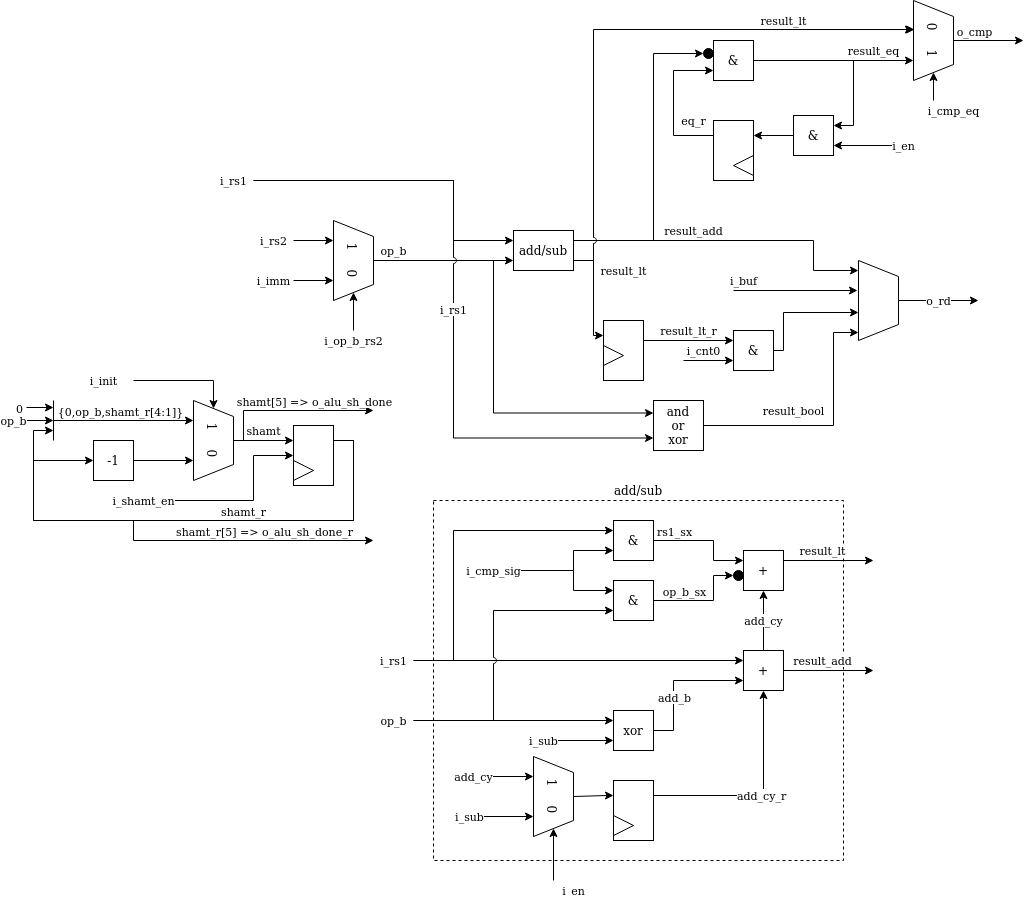
Above: doc/serv_alu_int.png in olofk/serv (draw.io), before the change. Source tidied: cells renumbered, new cells last; positions are measured from the earlier drawing's top-left corner, leaving out a move shared by most shapes.
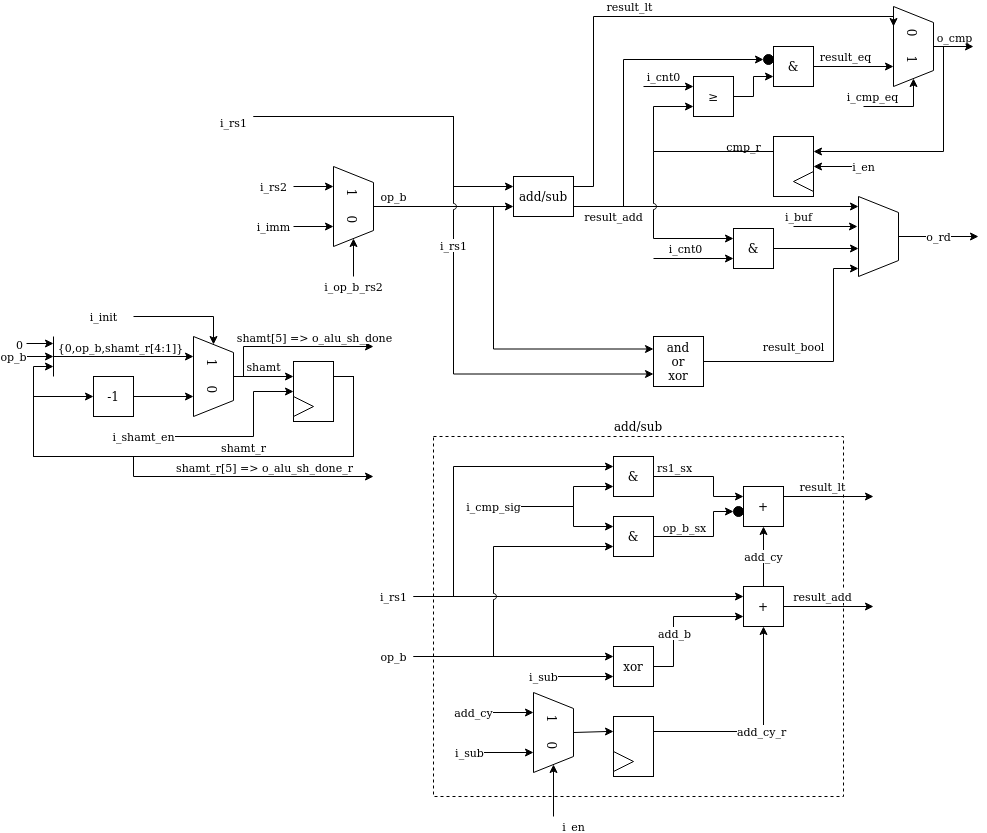
After the change.

Commit message:
Combine lt and eq regs to cmp_r in serv_alu

The edit, as a diff of the source:
```diff
@@ -5,16 +5,16 @@
     <mxCell id="2" value="add/sub" style="rounded=0;whiteSpace=wrap;html=1;fillColor=none;dashed=1;labelPosition=center;verticalLabelPosition=top;align=center;verticalAlign=bottom;" parent="1" vertex="1">
       <mxGeometry x="410" y="480" width="410" height="360" as="geometry" />
     </mxCell>
-    <mxCell id="3" style="edgeStyle=orthogonalEdgeStyle;rounded=0;jumpStyle=arc;jettySize=auto;html=1;exitX=1;exitY=0.25;exitDx=0;exitDy=0;entryX=0;entryY=0.5;entryDx=0;entryDy=0;" parent="1" edge="1" source="4" target="28">
+    <mxCell id="3" style="edgeStyle=orthogonalEdgeStyle;rounded=0;jumpStyle=arc;jettySize=auto;html=1;exitX=1;exitY=0.75;exitDx=0;exitDy=0;entryX=0;entryY=0.5;entryDx=0;entryDy=0;" parent="1" edge="1" source="4" target="28">
       <mxGeometry relative="1" as="geometry">
         <Array as="points">
-          <mxPoint x="630" y="220" />
-          <mxPoint x="630" y="33" />
+          <mxPoint x="600" y="250" />
+          <mxPoint x="600" y="103" />
         </Array>
       </mxGeometry>
     </mxCell>
     <mxCell id="4" value="&lt;div&gt;add/sub&lt;/div&gt;" style="rounded=0;whiteSpace=wrap;html=1;" parent="1" vertex="1">
-      <mxGeometry x="490" y="210" width="60" height="40" as="geometry" />
+      <mxGeometry x="490" y="220" width="60" height="40" as="geometry" />
     </mxCell>
     <mxCell id="5" style="edgeStyle=orthogonalEdgeStyle;rounded=0;jettySize=auto;html=1;exitX=0.5;exitY=0;exitDx=0;exitDy=0;entryX=0;entryY=0.25;entryDx=0;entryDy=0;" parent="1" edge="1" target="11">
       <mxGeometry relative="1" as="geometry">
@@ -148,37 +148,19 @@
         </Array>
       </mxGeometry>
     </mxCell>
-    <mxCell id="28" style="ellipse;whiteSpace=wrap;html=1;fillColor=#000000;" parent="1" vertex="1">
-      <mxGeometry x="680" y="28" width="10" height="10" as="geometry" />
-    </mxCell>
-    <mxCell id="29" style="edgeStyle=orthogonalEdgeStyle;rounded=0;jumpStyle=arc;jettySize=auto;html=1;exitX=1;exitY=0.5;exitDx=0;exitDy=0;entryX=1;entryY=0.25;entryDx=0;entryDy=0;strokeWidth=1;" parent="1" edge="1" source="30" target="40">
-      <mxGeometry relative="1" as="geometry" />
-    </mxCell>
-    <mxCell id="30" value="&amp;amp;" style="whiteSpace=wrap;html=1;" parent="1" vertex="1">
-      <mxGeometry x="690" y="20" width="40" height="40" as="geometry" />
-    </mxCell>
-    <mxCell id="31" value="eq_r" style="edgeStyle=orthogonalEdgeStyle;rounded=0;jettySize=auto;html=1;entryX=0;entryY=0.75;entryDx=0;entryDy=0;exitX=0;exitY=0.25;exitDx=0;exitDy=0;" parent="1" edge="1" source="37" target="30">
-      <mxGeometry x="-0.24" y="-20" relative="1" as="geometry">
+    <mxCell id="31" value="cmp_r" style="edgeStyle=orthogonalEdgeStyle;rounded=0;jettySize=auto;html=1;entryX=0;entryY=0.75;entryDx=0;entryDy=0;exitX=0;exitY=0.25;exitDx=0;exitDy=0;" parent="1" edge="1" source="37" target="100">
+      <mxGeometry x="-0.71" y="-5" relative="1" as="geometry">
         <Array as="points">
-          <mxPoint x="650" y="115" />
-          <mxPoint x="650" y="50" />
+          <mxPoint x="630" y="195" />
+          <mxPoint x="630" y="150" />
         </Array>
       </mxGeometry>
     </mxCell>
     <mxCell id="32" value="result_eq" style="edgeStyle=orthogonalEdgeStyle;rounded=0;jumpStyle=arc;jettySize=auto;html=1;exitX=1;exitY=0.5;exitDx=0;exitDy=0;entryX=0.75;entryY=1;entryDx=0;entryDy=0;" parent="1" edge="1" source="30" target="52">
-      <mxGeometry x="0.5" y="10" relative="1" as="geometry" />
+      <mxGeometry x="-0.2" y="10" relative="1" as="geometry" />
     </mxCell>
-    <mxCell id="33" style="group;" parent="1" vertex="1">
-      <mxGeometry x="580" y="300" width="40" height="60" as="geometry" />
-    </mxCell>
-    <mxCell id="34" style="rounded=0;whiteSpace=wrap;html=1;" parent="33" vertex="1">
-      <mxGeometry width="40" height="60" as="geometry" />
-    </mxCell>
-    <mxCell id="35" style="triangle;whiteSpace=wrap;html=1;" parent="33" vertex="1">
-      <mxGeometry y="25" width="20" height="20" as="geometry" />
-    </mxCell>
     <mxCell id="36" style="group;" parent="1" vertex="1">
-      <mxGeometry x="690" y="100" width="40" height="60" as="geometry" />
+      <mxGeometry x="750" y="180" width="40" height="60" as="geometry" />
     </mxCell>
     <mxCell id="37" style="rounded=0;whiteSpace=wrap;html=1;" parent="36" vertex="1">
       <mxGeometry width="40" height="60" as="geometry" />
@@ -186,15 +168,9 @@
     <mxCell id="38" style="triangle;whiteSpace=wrap;html=1;flipH=1;" parent="36" vertex="1">
       <mxGeometry x="20" y="35" width="20" height="20" as="geometry" />
     </mxCell>
-    <mxCell id="39" style="edgeStyle=orthogonalEdgeStyle;rounded=0;jumpStyle=arc;jettySize=auto;html=1;exitX=0;exitY=0.5;exitDx=0;exitDy=0;entryX=1;entryY=0.25;entryDx=0;entryDy=0;strokeWidth=1;" parent="1" edge="1" source="40" target="37">
-      <mxGeometry relative="1" as="geometry" />
-    </mxCell>
-    <mxCell id="40" value="&amp;amp;" style="whiteSpace=wrap;html=1;" parent="1" vertex="1">
-      <mxGeometry x="770" y="95" width="40" height="40" as="geometry" />
-    </mxCell>
-    <mxCell id="41" value="i_en" style="edgeStyle=orthogonalEdgeStyle;rounded=0;jettySize=auto;html=1;entryX=1;entryY=0.75;entryDx=0;entryDy=0;" parent="1" edge="1" target="40">
+    <mxCell id="41" value="i_en" style="edgeStyle=orthogonalEdgeStyle;rounded=0;jettySize=auto;html=1;entryX=1;entryY=0.5;entryDx=0;entryDy=0;" parent="1" edge="1" target="37">
       <mxGeometry x="-1" y="-10" relative="1" as="geometry">
-        <mxPoint x="870" y="125" as="sourcePoint" />
+        <mxPoint x="830" y="210" as="sourcePoint" />
         <mxPoint x="10" y="10" as="offset" />
       </mxGeometry>
     </mxCell>
@@ -237,28 +213,36 @@
     </mxCell>
     <mxCell id="50" style="edgeStyle=orthogonalEdgeStyle;rounded=0;jumpStyle=arc;jettySize=auto;html=1;exitX=0.5;exitY=0;exitDx=0;exitDy=0;strokeWidth=1;" parent="1" edge="1" source="52">
       <mxGeometry relative="1" as="geometry">
-        <mxPoint x="1000" y="20" as="targetPoint" />
+        <mxPoint x="950" y="90" as="targetPoint" />
       </mxGeometry>
     </mxCell>
     <mxCell id="51" value="o_cmp" style="edgeLabel;html=1;align=center;verticalAlign=middle;" parent="50" vertex="1">
       <mxGeometry x="0.16" y="-4" relative="1" as="geometry">
-        <mxPoint x="-21" y="-14" as="offset" />
+        <mxPoint x="-3" y="-14" as="offset" />
       </mxGeometry>
     </mxCell>
+    <mxCell id="98" style="edgeStyle=orthogonalEdgeStyle;rounded=0;jettySize=auto;html=1;exitX=0.5;exitY=0;exitDx=0;exitDy=0;entryX=1;entryY=0.25;entryDx=0;entryDy=0;" parent="1" edge="1" source="52" target="37">
+      <mxGeometry relative="1" as="geometry">
+        <Array as="points">
+          <mxPoint x="920" y="90" />
+          <mxPoint x="920" y="195" />
+        </Array>
+      </mxGeometry>
+    </mxCell>
     <mxCell id="52" value="0&amp;nbsp;&amp;nbsp;&amp;nbsp;&amp;nbsp; 1" style="shape=trapezoid;perimeter=trapezoidPerimeter;whiteSpace=wrap;html=1;rotation=90;" parent="1" vertex="1">
-      <mxGeometry x="870" width="80" height="40" as="geometry" />
+      <mxGeometry x="850" y="70" width="80" height="40" as="geometry" />
     </mxCell>
-    <mxCell id="53" value="result_lt" style="edgeStyle=orthogonalEdgeStyle;rounded=0;jumpStyle=arc;orthogonalLoop=1;jettySize=auto;html=1;entryX=0.75;entryY=1;entryDx=0;entryDy=0;" parent="1" edge="1">
-      <mxGeometry x="-1" y="13" relative="1" as="geometry">
-        <mxPoint x="770" y="9" as="sourcePoint" />
-        <mxPoint x="890" y="9" as="targetPoint" />
-        <mxPoint x="-10" y="4" as="offset" />
+    <mxCell id="53" value="result_lt" style="edgeStyle=orthogonalEdgeStyle;rounded=0;jumpStyle=arc;jettySize=auto;html=1;entryX=0.25;entryY=1;entryDx=0;entryDy=0;exitX=1;exitY=0.25;exitDx=0;exitDy=0;" parent="1" edge="1" source="4" target="52">
+      <mxGeometry x="-0.1" y="10" relative="1" as="geometry">
+        <Array as="points">
+          <mxPoint x="570" y="230" />
+          <mxPoint x="570" y="60" />
+        </Array>
       </mxGeometry>
     </mxCell>
     <mxCell id="54" value="i_cmp_eq" style="edgeStyle=orthogonalEdgeStyle;rounded=0;jettySize=auto;html=1;entryX=1;entryY=0.5;entryDx=0;entryDy=0;" parent="1" edge="1" target="52">
-      <mxGeometry x="-1" y="-10" relative="1" as="geometry">
-        <mxPoint x="910" y="80" as="sourcePoint" />
-        <mxPoint x="10" y="10" as="offset" />
+      <mxGeometry x="-0.77" y="10" relative="1" as="geometry">
+        <mxPoint x="840" y="150" as="sourcePoint" />
       </mxGeometry>
     </mxCell>
     <mxCell id="55" value="o_rd" style="edgeStyle=orthogonalEdgeStyle;rounded=0;jumpStyle=arc;jettySize=auto;html=1;exitX=0.5;exitY=0;exitDx=0;exitDy=0;strokeWidth=1;" parent="1" edge="1" source="56">
@@ -269,40 +253,32 @@
     <mxCell id="56" style="shape=trapezoid;perimeter=trapezoidPerimeter;whiteSpace=wrap;html=1;rotation=90;" parent="1" vertex="1">
       <mxGeometry x="815" y="260" width="80" height="40" as="geometry" />
     </mxCell>
-    <mxCell id="57" value="result_add" style="edgeStyle=orthogonalEdgeStyle;rounded=0;jumpStyle=arc;jettySize=auto;html=1;entryX=0.125;entryY=1.075;entryDx=0;entryDy=0;entryPerimeter=0;exitX=1;exitY=0.25;exitDx=0;exitDy=0;" parent="1" edge="1" source="4">
-      <mxGeometry x="-0.24" y="10" relative="1" as="geometry">
+    <mxCell id="57" value="result_add" style="edgeStyle=orthogonalEdgeStyle;rounded=0;jumpStyle=arc;orthogonalLoop=1;jettySize=auto;html=1;entryX=0.125;entryY=1.075;entryDx=0;entryDy=0;entryPerimeter=0;" parent="1" edge="1">
+      <mxGeometry x="-0.72" y="-10" relative="1" as="geometry">
+        <mxPoint x="550" y="250" as="sourcePoint" />
         <mxPoint x="835" y="250" as="targetPoint" />
         <Array as="points">
-          <mxPoint x="790" y="220" />
-          <mxPoint x="790" y="250" />
+          <mxPoint x="720" y="250" />
+          <mxPoint x="720" y="250" />
         </Array>
       </mxGeometry>
     </mxCell>
     <mxCell id="58" value="i_buf" style="edgeStyle=orthogonalEdgeStyle;rounded=0;jumpStyle=arc;jettySize=auto;html=1;entryX=0.375;entryY=1.025;entryDx=0;entryDy=0;entryPerimeter=0;" parent="1" edge="1" target="56">
       <mxGeometry x="-0.84" y="10" relative="1" as="geometry">
-        <mxPoint x="710" y="270" as="sourcePoint" />
+        <mxPoint x="770" y="270" as="sourcePoint" />
       </mxGeometry>
     </mxCell>
     <mxCell id="59" style="edgeStyle=orthogonalEdgeStyle;rounded=0;jumpStyle=arc;jettySize=auto;html=1;exitX=1;exitY=0.5;exitDx=0;exitDy=0;" parent="1" edge="1" source="60">
       <mxGeometry x="0.13" y="12" relative="1" as="geometry">
         <mxPoint x="835" y="292" as="targetPoint" />
-        <Array as="points">
-          <mxPoint x="760" y="330" />
-          <mxPoint x="760" y="292" />
-        </Array>
       </mxGeometry>
     </mxCell>
     <mxCell id="60" value="&amp;amp;" style="whiteSpace=wrap;html=1;" parent="1" vertex="1">
-      <mxGeometry x="710" y="310" width="40" height="40" as="geometry" />
+      <mxGeometry x="710" y="272" width="40" height="40" as="geometry" />
     </mxCell>
-    <mxCell id="61" value="result_lt_r" style="edgeStyle=orthogonalEdgeStyle;rounded=0;jumpStyle=arc;jettySize=auto;html=1;entryX=0;entryY=0.25;entryDx=0;entryDy=0;exitX=1;exitY=0.5;exitDx=0;exitDy=0;" parent="1" edge="1" target="60">
-      <mxGeometry y="10" relative="1" as="geometry">
-        <mxPoint x="620" y="320" as="sourcePoint" />
-      </mxGeometry>
-    </mxCell>
     <mxCell id="62" value="i_cnt0" style="edgeStyle=orthogonalEdgeStyle;rounded=0;jumpStyle=arc;jettySize=auto;html=1;entryX=0;entryY=0.75;entryDx=0;entryDy=0;" parent="1" edge="1" target="60">
       <mxGeometry x="-0.2" y="10" relative="1" as="geometry">
-        <mxPoint x="660" y="340" as="sourcePoint" />
+        <mxPoint x="630" y="302" as="sourcePoint" />
       </mxGeometry>
     </mxCell>
     <mxCell id="63" value="result_bool" style="edgeStyle=orthogonalEdgeStyle;rounded=0;jumpStyle=arc;jettySize=auto;html=1;exitX=1;exitY=0.5;exitDx=0;exitDy=0;" parent="1" edge="1" source="65">
@@ -314,21 +290,12 @@
         </Array>
       </mxGeometry>
     </mxCell>
-    <mxCell id="64" value="result_lt" style="edgeStyle=orthogonalEdgeStyle;rounded=0;jumpStyle=arc;jettySize=auto;html=1;entryX=0;entryY=0.25;entryDx=0;entryDy=0;exitX=1;exitY=0.75;exitDx=0;exitDy=0;" parent="1" edge="1" source="4" target="34">
-      <mxGeometry x="-0.62" y="-32" relative="1" as="geometry">
-        <Array as="points">
-          <mxPoint x="570" y="240" />
-          <mxPoint x="570" y="315" />
-        </Array>
-        <mxPoint x="62" y="10" as="offset" />
-      </mxGeometry>
-    </mxCell>
     <mxCell id="65" value="&lt;div&gt;and&lt;/div&gt;&lt;div&gt;or&lt;/div&gt;&lt;div&gt;xor&lt;/div&gt;" style="rounded=0;whiteSpace=wrap;html=1;" parent="1" vertex="1">
       <mxGeometry x="630" y="380" width="50" height="50" as="geometry" />
     </mxCell>
     <mxCell id="66" value="i_op_b_rs2" style="edgeStyle=orthogonalEdgeStyle;rounded=0;jettySize=auto;html=1;entryX=1;entryY=0.5;entryDx=0;entryDy=0;" parent="1" edge="1" target="71">
       <mxGeometry x="-1" y="-10" relative="1" as="geometry">
-        <mxPoint x="330" y="310" as="sourcePoint" />
+        <mxPoint x="330" y="320" as="sourcePoint" />
         <mxPoint x="-10" y="10" as="offset" />
       </mxGeometry>
     </mxCell>
@@ -337,26 +304,26 @@
     </mxCell>
     <mxCell id="68" value="i_imm" style="edgeStyle=orthogonalEdgeStyle;rounded=0;jettySize=auto;html=1;entryX=0.75;entryY=1;entryDx=0;entryDy=0;" parent="1" edge="1" target="71">
       <mxGeometry x="-1" y="-20" relative="1" as="geometry">
-        <mxPoint x="270" y="260" as="sourcePoint" />
+        <mxPoint x="270" y="270" as="sourcePoint" />
         <mxPoint x="-20" y="-20" as="offset" />
       </mxGeometry>
     </mxCell>
     <mxCell id="69" value="i_rs2" style="edgeStyle=orthogonalEdgeStyle;rounded=0;jettySize=auto;html=1;entryX=0.25;entryY=1;entryDx=0;entryDy=0;" parent="1" edge="1" target="71">
       <mxGeometry x="-1" y="-20" relative="1" as="geometry">
-        <mxPoint x="270" y="220" as="sourcePoint" />
+        <mxPoint x="270" y="230" as="sourcePoint" />
         <mxPoint x="-20" y="-20" as="offset" />
       </mxGeometry>
     </mxCell>
     <mxCell id="70" style="edgeStyle=orthogonalEdgeStyle;rounded=0;jettySize=auto;html=1;exitX=0.5;exitY=0;exitDx=0;exitDy=0;entryX=0;entryY=0.25;entryDx=0;entryDy=0;" parent="1" edge="1" source="71" target="65">
       <mxGeometry relative="1" as="geometry">
         <Array as="points">
-          <mxPoint x="470" y="240" />
+          <mxPoint x="470" y="250" />
           <mxPoint x="470" y="393" />
         </Array>
       </mxGeometry>
     </mxCell>
     <mxCell id="71" value="1&amp;nbsp;&amp;nbsp;&amp;nbsp;&amp;nbsp; 0" style="shape=trapezoid;perimeter=trapezoidPerimeter;whiteSpace=wrap;html=1;rotation=90;" parent="1" vertex="1">
-      <mxGeometry x="290" y="220" width="80" height="40" as="geometry" />
+      <mxGeometry x="290" y="230" width="80" height="40" as="geometry" />
     </mxCell>
     <mxCell id="72" value="op_b" style="edgeStyle=orthogonalEdgeStyle;rounded=0;jettySize=auto;html=1;exitX=0.5;exitY=0;exitDx=0;exitDy=0;jumpStyle=arc;entryX=0;entryY=0.75;entryDx=0;entryDy=0;" parent="1" edge="1" source="71" target="4">
       <mxGeometry x="-0.71" y="10" relative="1" as="geometry" />
@@ -375,18 +342,10 @@
         <mxPoint x="230" y="160" as="sourcePoint" />
         <Array as="points">
           <mxPoint x="430" y="160" />
-          <mxPoint x="430" y="220" />
+          <mxPoint x="430" y="230" />
         </Array>
       </mxGeometry>
     </mxCell>
-    <mxCell id="75" style="edgeStyle=orthogonalEdgeStyle;rounded=0;jumpStyle=arc;jettySize=auto;html=1;exitX=1;exitY=0.75;exitDx=0;exitDy=0;entryX=0.363;entryY=0.975;entryDx=0;entryDy=0;entryPerimeter=0;" parent="1" edge="1" source="4" target="52">
-      <mxGeometry relative="1" as="geometry">
-        <Array as="points">
-          <mxPoint x="570" y="240" />
-          <mxPoint x="570" y="9" />
-        </Array>
-      </mxGeometry>
-    </mxCell>
     <mxCell id="76" style="group;" parent="1" vertex="1">
       <mxGeometry x="270" y="405" width="40" height="60" as="geometry" />
     </mxCell>
@@ -518,5 +477,33 @@
         <mxPoint x="-10" y="-10" as="offset" />
       </mxGeometry>
     </mxCell>
+    <mxCell id="99" style="edgeStyle=orthogonalEdgeStyle;rounded=0;jettySize=auto;html=1;exitX=1;exitY=0.5;exitDx=0;exitDy=0;entryX=0;entryY=0.75;entryDx=0;entryDy=0;" parent="1" edge="1" source="100" target="30">
+      <mxGeometry relative="1" as="geometry" />
+    </mxCell>
+    <mxCell id="100" value="≥" style="whiteSpace=wrap;html=1;" parent="1" vertex="1">
+      <mxGeometry x="670" y="120" width="40" height="40" as="geometry" />
+    </mxCell>
+    <mxCell id="101" value="i_cnt0" style="edgeStyle=orthogonalEdgeStyle;rounded=0;jumpStyle=arc;jettySize=auto;html=1;entryX=0;entryY=0.25;entryDx=0;entryDy=0;" parent="1" edge="1" target="100">
+      <mxGeometry x="-0.2" y="10" relative="1" as="geometry">
+        <mxPoint x="620" y="130" as="sourcePoint" />
+      </mxGeometry>
+    </mxCell>
+    <mxCell id="102" style="edgeStyle=orthogonalEdgeStyle;rounded=0;jettySize=auto;html=1;exitX=0;exitY=0.25;exitDx=0;exitDy=0;entryX=0;entryY=0.25;entryDx=0;entryDy=0;jumpStyle=arc;" parent="1" edge="1" source="37" target="60">
+      <mxGeometry relative="1" as="geometry">
+        <Array as="points">
+          <mxPoint x="630" y="195" />
+          <mxPoint x="630" y="282" />
+        </Array>
+      </mxGeometry>
+    </mxCell>
+    <mxCell id="103" style="group;" parent="1" vertex="1">
+      <mxGeometry x="740" y="90" width="50" height="40" as="geometry" />
+    </mxCell>
+    <mxCell id="28" style="ellipse;whiteSpace=wrap;html=1;fillColor=#000000;" parent="103" vertex="1">
+      <mxGeometry y="8" width="10" height="10" as="geometry" />
+    </mxCell>
+    <mxCell id="30" value="&amp;amp;" style="whiteSpace=wrap;html=1;" parent="103" vertex="1">
+      <mxGeometry x="10" width="40" height="40" as="geometry" />
+    </mxCell>
   </root>
 </mxGraphModel>
```
